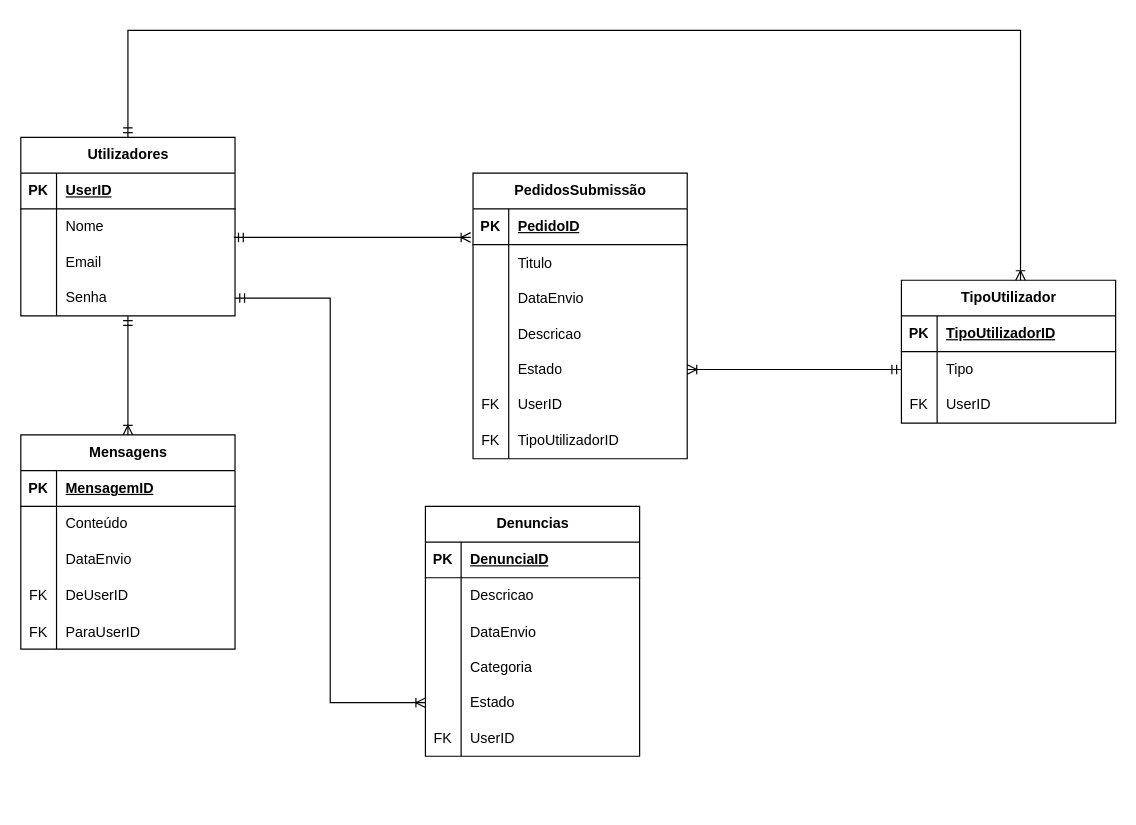
Above: page "Modelo relacional" (2 of 2) of Drawio/Casos_de_Uso.drawio in henriqueolivgp/Plataforma-De-Denuncias-De-Ciberataques (draw.io), before the change. Source tidied: cells renumbered, new cells numbered last; positions are measured from the earlier drawing's top-left corner, leaving out a move shared by most shapes. Both pictures are drawn from the tidied source at 119%, with x=0, y=0 at pixel (20, 30).
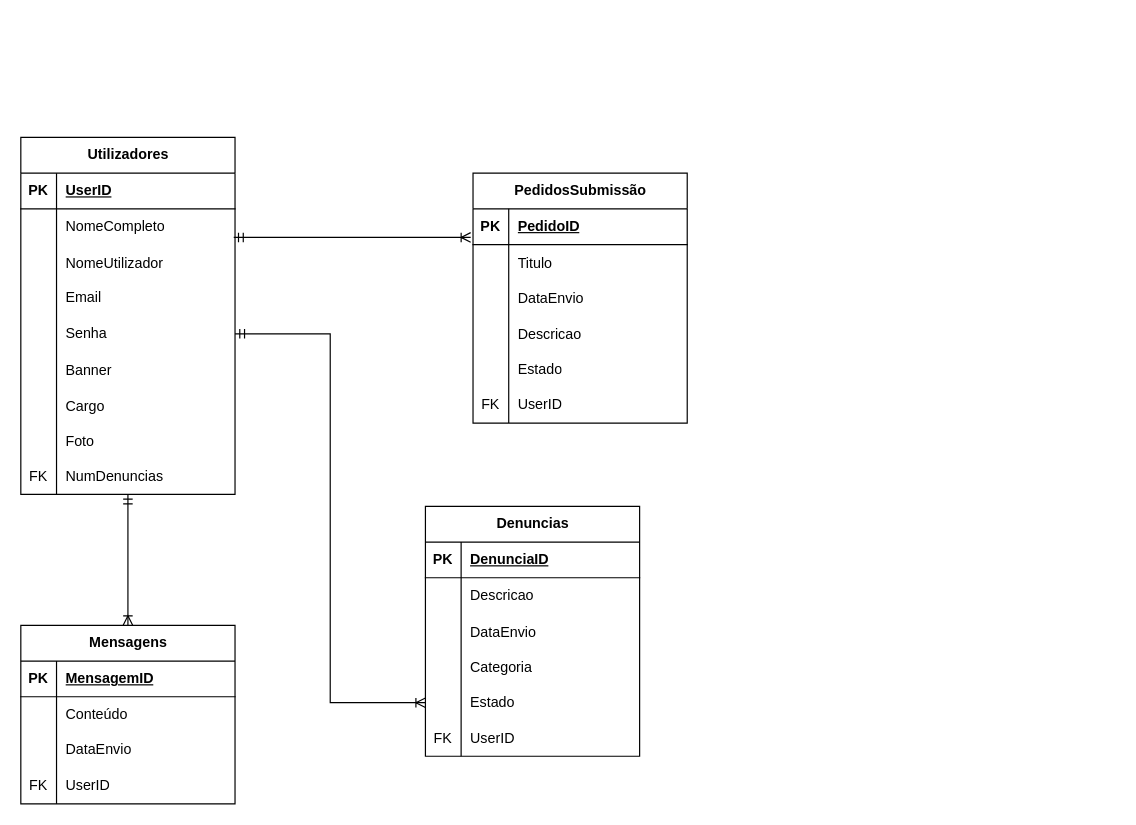
Above is the later version.

The change refers to these unchanged cells:
```xml
<mxCell id="6" style="shape=tableRow;horizontal=0;startSize=0;swimlaneHead=0;swimlaneBody=0;fillColor=none;points=[[0,0.5],[1,0.5]];portConstraint=eastwest;top=0;left=0;right=0;bottom=0;" parent="2" vertex="1">
  <mxGeometry y="60" width="180" height="30" as="geometry" />
</mxCell>
<mxCell id="28" style="shape=tableRow;horizontal=0;startSize=0;swimlaneHead=0;swimlaneBody=0;fillColor=none;points=[[0,0.5],[1,0.5]];portConstraint=eastwest;top=0;left=0;right=0;bottom=0;" parent="15" vertex="1">
  <mxGeometry y="150" width="180" height="30" as="geometry" />
</mxCell>
<mxCell id="47" style="shape=tableRow;horizontal=0;startSize=0;swimlaneHead=0;swimlaneBody=0;fillColor=none;top=0;left=0;right=0;bottom=0;" parent="37" vertex="1">
  <mxGeometry y="120" width="180" height="30" as="geometry" />
</mxCell>
```

What changed in the source:
```diff
@@
     <mxCell id="2" value="Utilizadores" style="shape=table;startSize=30;childLayout=tableLayout;rowLines=0;fontStyle=1;align=center;html=1;" parent="1" vertex="1">
-      <mxGeometry y="90" width="180" height="150" as="geometry" />
+      <mxGeometry y="90" width="180" height="300" as="geometry" />
     </mxCell>
@@
-    <mxCell id="8" value="Nome" style="shape=partialRectangle;fillColor=none;top=0;left=0;bottom=0;right=0;align=left;spacingLeft=6;overflow=hidden;whiteSpace=wrap;html=1;" parent="6" vertex="1">
+    <mxCell id="8" value="NomeCompleto" style="shape=partialRectangle;fillColor=none;top=0;left=0;bottom=0;right=0;align=left;spacingLeft=6;overflow=hidden;whiteSpace=wrap;html=1;" parent="6" vertex="1">
       <mxGeometry x="30" width="150" height="30" as="geometry" />
     </mxCell>
+    <mxCell id="83" style="shape=tableRow;horizontal=0;startSize=0;swimlaneHead=0;swimlaneBody=0;fillColor=none;top=0;left=0;right=0;bottom=0;" parent="2" vertex="1">
+      <mxGeometry y="90" width="180" height="30" as="geometry" />
+    </mxCell>
+    <mxCell id="87" style="shape=partialRectangle;fillColor=none;top=0;left=0;bottom=0;right=0;overflow=hidden;" parent="83" vertex="1">
+      <mxGeometry width="30" height="30" as="geometry" />
+    </mxCell>
+    <mxCell id="88" value="NomeUtilizador" style="shape=partialRectangle;fillColor=none;top=0;left=0;bottom=0;right=0;align=left;spacingLeft=6;overflow=hidden;" parent="83" vertex="1">
+      <mxGeometry x="30" width="150" height="30" as="geometry" />
+    </mxCell>
     <mxCell id="9" style="shape=tableRow;horizontal=0;startSize=0;swimlaneHead=0;swimlaneBody=0;fillColor=none;top=0;left=0;right=0;bottom=0;" parent="2" vertex="1">
-      <mxGeometry y="90" width="180" height="30" as="geometry" />
+      <mxGeometry y="120" width="180" height="30" as="geometry" />
     </mxCell>
@@
     <mxCell id="12" style="shape=tableRow;horizontal=0;startSize=0;swimlaneHead=0;swimlaneBody=0;fillColor=none;points=[[0,0.5],[1,0.5]];portConstraint=eastwest;top=0;left=0;right=0;bottom=0;" parent="2" vertex="1">
-      <mxGeometry y="120" width="180" height="30" as="geometry" />
+      <mxGeometry y="150" width="180" height="30" as="geometry" />
     </mxCell>
@@
+    <mxCell id="89" style="shape=tableRow;horizontal=0;startSize=0;swimlaneHead=0;swimlaneBody=0;fillColor=none;top=0;left=0;right=0;bottom=0;" parent="2" vertex="1">
+      <mxGeometry y="180" width="180" height="30" as="geometry" />
+    </mxCell>
+    <mxCell id="90" style="shape=partialRectangle;fillColor=none;top=0;left=0;bottom=0;right=0;overflow=hidden;" parent="89" vertex="1">
+      <mxGeometry width="30" height="30" as="geometry" />
+    </mxCell>
+    <mxCell id="91" value="Banner" style="shape=partialRectangle;fillColor=none;top=0;left=0;bottom=0;right=0;align=left;spacingLeft=6;overflow=hidden;" parent="89" vertex="1">
+      <mxGeometry x="30" width="150" height="30" as="geometry" />
+    </mxCell>
+    <mxCell id="34" style="shape=tableRow;horizontal=0;startSize=0;swimlaneHead=0;swimlaneBody=0;fillColor=none;top=0;left=0;right=0;bottom=0;" parent="2" vertex="1">
+      <mxGeometry y="210" width="180" height="30" as="geometry" />
+    </mxCell>
+    <mxCell id="92" style="shape=partialRectangle;fillColor=none;top=0;left=0;bottom=0;right=0;overflow=hidden;" parent="34" vertex="1">
+      <mxGeometry width="30" height="30" as="geometry" />
+    </mxCell>
+    <mxCell id="93" value="Cargo" style="shape=partialRectangle;fillColor=none;top=0;left=0;bottom=0;right=0;align=left;spacingLeft=6;overflow=hidden;" parent="34" vertex="1">
+      <mxGeometry x="30" width="150" height="30" as="geometry" />
+    </mxCell>
+    <mxCell id="94" style="shape=tableRow;horizontal=0;startSize=0;swimlaneHead=0;swimlaneBody=0;fillColor=none;top=0;left=0;right=0;bottom=0;" parent="2" vertex="1">
+      <mxGeometry y="240" width="180" height="30" as="geometry" />
+    </mxCell>
+    <mxCell id="95" style="shape=partialRectangle;fillColor=none;top=0;left=0;bottom=0;right=0;overflow=hidden;" parent="94" vertex="1">
+      <mxGeometry width="30" height="30" as="geometry" />
+    </mxCell>
+    <mxCell id="96" value="Foto" style="shape=partialRectangle;fillColor=none;top=0;left=0;bottom=0;right=0;align=left;spacingLeft=6;overflow=hidden;" parent="94" vertex="1">
+      <mxGeometry x="30" width="150" height="30" as="geometry" />
+    </mxCell>
+    <mxCell id="97" style="shape=tableRow;horizontal=0;startSize=0;swimlaneHead=0;swimlaneBody=0;fillColor=none;top=0;left=0;right=0;bottom=0;" parent="2" vertex="1">
+      <mxGeometry y="270" width="180" height="30" as="geometry" />
+    </mxCell>
+    <mxCell id="98" value="FK" style="shape=partialRectangle;fillColor=none;top=0;left=0;bottom=0;right=0;fontStyle=0;overflow=hidden;whiteSpace=wrap;html=1;" parent="97" vertex="1">
+      <mxGeometry width="30" height="30" as="geometry" />
+    </mxCell>
+    <mxCell id="99" value="NumDenuncias" style="shape=partialRectangle;fillColor=none;top=0;left=0;bottom=0;right=0;align=left;spacingLeft=6;fontStyle=0;overflow=hidden;whiteSpace=wrap;html=1;" parent="97" vertex="1">
+      <mxGeometry x="30" width="150" height="30" as="geometry" />
+    </mxCell>
     <mxCell id="15" value="PedidosSubmissão" style="shape=table;startSize=30;childLayout=tableLayout;rowLines=0;fontStyle=1;align=center;html=1;" parent="1" vertex="1">
-      <mxGeometry x="380" y="120" width="180" height="240" as="geometry" />
+      <mxGeometry x="380" y="120" width="180" height="210" as="geometry" />
     </mxCell>
@@
-    <mxCell id="34" style="shape=tableRow;horizontal=0;startSize=0;swimlaneHead=0;swimlaneBody=0;fillColor=none;top=0;left=0;right=0;bottom=0;" parent="15" vertex="1">
-      <mxGeometry y="210" width="180" height="30" as="geometry" />
-    </mxCell>
-    <mxCell id="35" value="FK" style="shape=partialRectangle;fillColor=none;top=0;left=0;bottom=0;right=0;overflow=hidden;whiteSpace=wrap;html=1;" parent="34" vertex="1">
-      <mxGeometry width="30" height="30" as="geometry" />
-    </mxCell>
-    <mxCell id="36" value="TipoUtilizadorID" style="shape=partialRectangle;fillColor=none;top=0;left=0;bottom=0;right=0;align=left;spacingLeft=6;overflow=hidden;whiteSpace=wrap;html=1;" parent="34" vertex="1">
-      <mxGeometry x="30" width="150" height="30" as="geometry" />
-    </mxCell>
     <mxCell id="37" value="Mensagens" style="shape=table;startSize=30;childLayout=tableLayout;rowLines=0;fontStyle=1;align=center;html=1;" parent="1" vertex="1">
-      <mxGeometry y="340" width="180" height="180" as="geometry" />
+      <mxGeometry y="500" width="180" height="150" as="geometry" />
     </mxCell>
@@
-    <mxCell id="49" value="DeUserID" style="shape=partialRectangle;fillColor=none;top=0;left=0;bottom=0;right=0;align=left;spacingLeft=6;overflow=hidden;whiteSpace=wrap;html=1;" parent="47" vertex="1">
+    <mxCell id="49" value="UserID" style="shape=partialRectangle;fillColor=none;top=0;left=0;bottom=0;right=0;align=left;spacingLeft=6;overflow=hidden;whiteSpace=wrap;html=1;" parent="47" vertex="1">
       <mxGeometry x="30" width="150" height="30" as="geometry" />
     </mxCell>
-    <mxCell id="50" style="shape=tableRow;horizontal=0;startSize=0;swimlaneHead=0;swimlaneBody=0;fillColor=none;top=0;left=0;right=0;bottom=0;" parent="37" vertex="1">
-      <mxGeometry y="150" width="180" height="30" as="geometry" />
-    </mxCell>
-    <mxCell id="51" value="FK" style="shape=partialRectangle;fillColor=none;top=0;left=0;bottom=0;right=0;overflow=hidden;" parent="50" vertex="1">
-      <mxGeometry width="30" height="30" as="geometry" />
-    </mxCell>
-    <mxCell id="52" value="ParaUserID" style="shape=partialRectangle;fillColor=none;top=0;left=0;bottom=0;right=0;align=left;spacingLeft=6;overflow=hidden;" parent="50" vertex="1">
-      <mxGeometry x="30" width="150" height="30" as="geometry" />
-    </mxCell>
@@
-    <mxCell id="73" style="fontSize=12;html=1;endArrow=ERoneToMany;startArrow=ERmandOne;rounded=0;exitX=0;exitY=0.5;exitDx=0;exitDy=0;entryX=1;entryY=0.5;entryDx=0;entryDy=0;" parent="1" edge="1" source="80" target="28">
-      <mxGeometry relative="1" as="geometry" />
-    </mxCell>
-    <mxCell id="74" style="fontSize=12;html=1;endArrow=ERoneToMany;startArrow=ERmandOne;rounded=0;entryX=0.5;entryY=0;entryDx=0;entryDy=0;" parent="1" edge="1" source="12" target="37">
-      <mxGeometry relative="1" as="geometry" />
+    <mxCell id="74" style="fontSize=12;html=1;endArrow=ERoneToMany;startArrow=ERmandOne;rounded=0;entryX=0.5;entryY=0;entryDx=0;entryDy=0;" parent="1" edge="1" target="37">
+      <mxGeometry relative="1" as="geometry">
+        <mxPoint x="90" y="390" as="sourcePoint" />
+      </mxGeometry>
     </mxCell>
@@
-    <mxCell id="76" value="TipoUtilizador" style="shape=table;startSize=30;childLayout=tableLayout;rowLines=0;fontStyle=1;align=center;html=1;" parent="1" vertex="1">
-      <mxGeometry x="740" y="210" width="180" height="120" as="geometry" />
-    </mxCell>
-    <mxCell id="77" style="shape=tableRow;horizontal=0;startSize=0;swimlaneHead=0;swimlaneBody=0;fillColor=none;top=0;left=0;right=0;bottom=1;" parent="76" vertex="1">
-      <mxGeometry y="30" width="180" height="30" as="geometry" />
-    </mxCell>
-    <mxCell id="78" value="PK" style="shape=partialRectangle;fillColor=none;top=0;left=0;bottom=0;right=0;fontStyle=1;overflow=hidden;whiteSpace=wrap;html=1;" parent="77" vertex="1">
-      <mxGeometry width="30" height="30" as="geometry" />
-    </mxCell>
-    <mxCell id="79" value="TipoUtilizadorID" style="shape=partialRectangle;fillColor=none;top=0;left=0;bottom=0;right=0;align=left;spacingLeft=6;fontStyle=5;overflow=hidden;whiteSpace=wrap;html=1;" parent="77" vertex="1">
-      <mxGeometry x="30" width="150" height="30" as="geometry" />
-    </mxCell>
-    <mxCell id="80" style="shape=tableRow;horizontal=0;startSize=0;swimlaneHead=0;swimlaneBody=0;fillColor=none;points=[[0,0.5],[1,0.5]];portConstraint=eastwest;top=0;left=0;right=0;bottom=0;" parent="76" vertex="1">
-      <mxGeometry y="60" width="180" height="30" as="geometry" />
-    </mxCell>
-    <mxCell id="81" style="shape=partialRectangle;fillColor=none;top=0;left=0;bottom=0;right=0;overflow=hidden;whiteSpace=wrap;html=1;" parent="80" vertex="1">
-      <mxGeometry width="30" height="30" as="geometry" />
-    </mxCell>
-    <mxCell id="82" value="Tipo" style="shape=partialRectangle;fillColor=none;top=0;left=0;bottom=0;right=0;align=left;spacingLeft=6;overflow=hidden;whiteSpace=wrap;html=1;" parent="80" vertex="1">
-      <mxGeometry x="30" width="150" height="30" as="geometry" />
-    </mxCell>
-    <mxCell id="83" style="shape=tableRow;horizontal=0;startSize=0;swimlaneHead=0;swimlaneBody=0;fillColor=none;top=0;left=0;right=0;bottom=0;" parent="76" vertex="1">
-      <mxGeometry y="90" width="180" height="30" as="geometry" />
-    </mxCell>
-    <mxCell id="84" value="FK" style="shape=partialRectangle;fillColor=none;top=0;left=0;bottom=0;right=0;overflow=hidden;whiteSpace=wrap;html=1;" parent="83" vertex="1">
-      <mxGeometry width="30" height="30" as="geometry" />
-    </mxCell>
-    <mxCell id="85" value="UserID" style="shape=partialRectangle;fillColor=none;top=0;left=0;bottom=0;right=0;align=left;spacingLeft=6;overflow=hidden;whiteSpace=wrap;html=1;" parent="83" vertex="1">
-      <mxGeometry x="30" width="150" height="30" as="geometry" />
-    </mxCell>
-    <mxCell id="86" style="fontSize=12;html=1;endArrow=ERoneToMany;startArrow=ERmandOne;rounded=0;edgeStyle=elbowEdgeStyle;elbow=vertical;exitX=0.5;exitY=0;exitDx=0;exitDy=0;entryX=0.556;entryY=0;entryDx=0;entryDy=0;entryPerimeter=0;" parent="1" edge="1" source="2" target="76">
-      <mxGeometry relative="1" as="geometry">
-        <Array as="points">
-          <mxPoint x="480" />
-        </Array>
-      </mxGeometry>
-    </mxCell>
```
